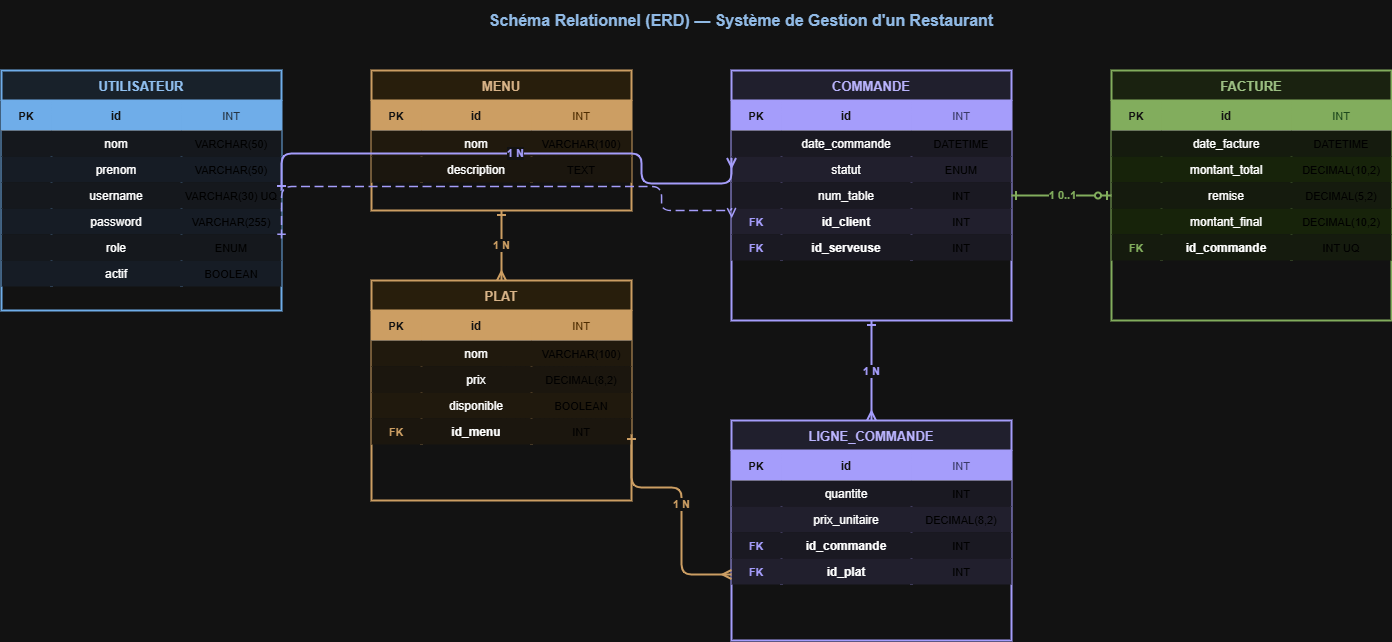
Earlier version of the draw.io export Système de gestion d'un restaurant en Java/conception/Schéma Relationnel (ERD) — Système de Gestion d'un Restaurant.png (AhmedA0UN/meni-projet-java2-cpi2). Source tidied: cells renumbered, new cells last; positions are measured from the earlier drawing's top-left corner, leaving out a move shared by most shapes.
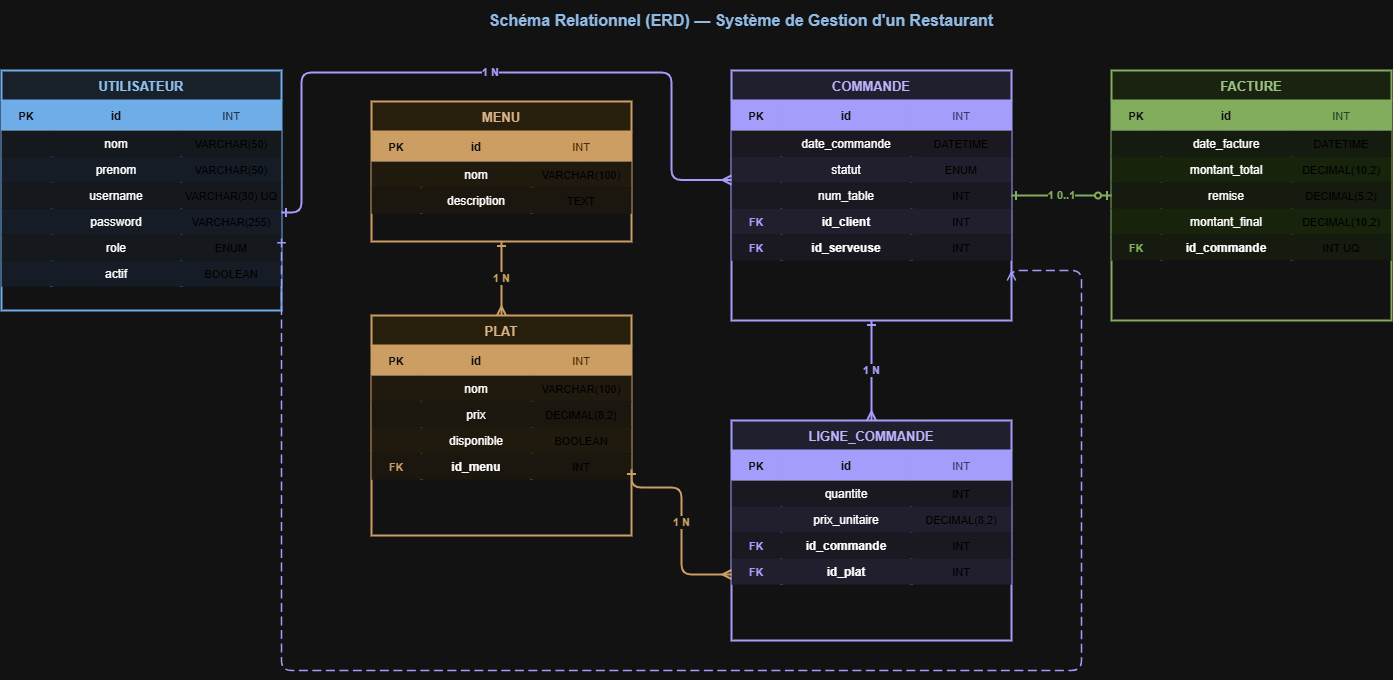
After the change.

Commit message:
ajouter un document sources

What changed in the source:
```diff
@@ -93,7 +93,7 @@
       <mxGeometry x="180" width="100" height="26" as="geometry" />
     </mxCell>
     <mxCell id="32" value="MENU" style="shape=table;startSize=30;rowLines=0;fontStyle=1;align=center;fillColor=#FAEEDA;strokeColor=#854F0B;strokeWidth=2;fontSize=13;fontColor=#633806;" parent="1" vertex="1">
-      <mxGeometry x="370" y="70" width="260" height="140" as="geometry" />
+      <mxGeometry x="370" y="101" width="260" height="140" as="geometry" />
     </mxCell>
     <mxCell id="33" style="shape=tableRow;horizontal=0;startSize=0;swimlaneHead=0;swimlaneBody=0;fillColor=#854F0B;fontSize=12;top=0;left=0;right=0;bottom=1;" parent="32" vertex="1">
       <mxGeometry y="30" width="260" height="30" as="geometry" />
@@ -132,7 +132,7 @@
       <mxGeometry x="160" width="100" height="26" as="geometry" />
     </mxCell>
     <mxCell id="45" value="PLAT" style="shape=table;startSize=30;rowLines=0;fontStyle=1;align=center;fillColor=#FAEEDA;strokeColor=#854F0B;strokeWidth=2;fontSize=13;fontColor=#633806;" parent="1" vertex="1">
-      <mxGeometry x="370" y="280" width="260" height="220" as="geometry" />
+      <mxGeometry x="370" y="315" width="260" height="220" as="geometry" />
     </mxCell>
     <mxCell id="46" style="shape=tableRow;horizontal=0;startSize=0;swimlaneHead=0;swimlaneBody=0;fillColor=#854F0B;fontSize=12;top=0;left=0;right=0;bottom=1;" parent="45" vertex="1">
       <mxGeometry y="30" width="260" height="30" as="geometry" />
@@ -410,19 +410,26 @@
     <mxCell id="137" value="1                                N" style="edgeStyle=orthogonalEdgeStyle;html=1;endArrow=ERmany;startArrow=ERone;exitX=0.5;exitY=1;exitDx=0;exitDy=0;entryX=0.5;entryY=0;entryDx=0;entryDy=0;strokeColor=#854F0B;strokeWidth=2;fontSize=11;fontStyle=1;fontColor=#854F0B;" parent="1" edge="1" source="32" target="45">
       <mxGeometry relative="1" as="geometry" />
     </mxCell>
-    <mxCell id="138" value="1                                               N" style="edgeStyle=orthogonalEdgeStyle;html=1;endArrow=ERmany;startArrow=ERone;exitX=1;exitY=0.5;exitDx=0;exitDy=0;entryX=0;entryY=0.35;entryDx=0;entryDy=0;strokeColor=#534AB7;strokeWidth=2;fontSize=11;fontStyle=1;fontColor=#534AB7;" parent="1" edge="1" source="3" target="66">
+    <mxCell id="138" value="1                                               N" style="edgeStyle=orthogonalEdgeStyle;html=1;endArrow=ERmany;startArrow=ERone;exitX=1;exitY=0.5;exitDx=0;exitDy=0;entryX=0;entryY=0.35;entryDx=0;entryDy=0;strokeColor=#534AB7;strokeWidth=2;fontSize=11;fontStyle=1;fontColor=#534AB7;" parent="1" edge="1">
       <mxGeometry relative="1" as="geometry">
+        <mxPoint x="280" y="212" as="sourcePoint" />
+        <mxPoint x="730" y="179.5" as="targetPoint" />
         <Array as="points">
-          <mxPoint x="640" y="153" />
-          <mxPoint x="640" y="183" />
+          <mxPoint x="300" y="212" />
+          <mxPoint x="300" y="72" />
+          <mxPoint x="670" y="72" />
+          <mxPoint x="670" y="180" />
         </Array>
       </mxGeometry>
     </mxCell>
-    <mxCell id="139" style="edgeStyle=orthogonalEdgeStyle;html=1;endArrow=ERmany;startArrow=ERone;exitX=1;exitY=0.7;exitDx=0;exitDy=0;entryX=0;entryY=0.55;entryDx=0;entryDy=0;strokeColor=#534AB7;strokeWidth=1.5;dashed=1;dashPattern=6 3;" parent="1" edge="1" source="3" target="66">
+    <mxCell id="139" style="edgeStyle=orthogonalEdgeStyle;html=1;endArrow=ERmany;startArrow=ERone;exitX=1;exitY=0.7;exitDx=0;exitDy=0;strokeColor=#534AB7;strokeWidth=1.5;dashed=1;dashPattern=6 3;" parent="1" edge="1" source="3">
       <mxGeometry relative="1" as="geometry">
+        <mxPoint x="1010" y="280" as="targetPoint" />
         <Array as="points">
-          <mxPoint x="660" y="186" />
-          <mxPoint x="660" y="210" />
+          <mxPoint x="280" y="670" />
+          <mxPoint x="1080" y="670" />
+          <mxPoint x="1080" y="270" />
+          <mxPoint x="1010" y="270" />
         </Array>
       </mxGeometry>
     </mxCell>
```
